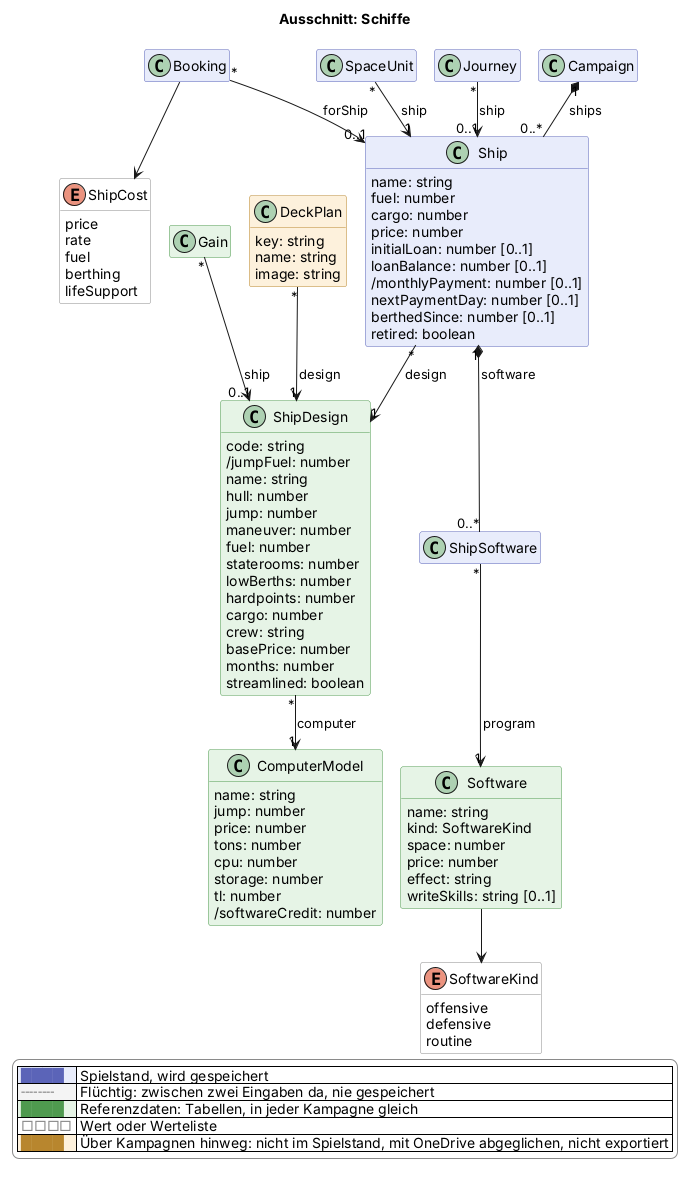
scuzzar/SRE keeps this PlantUML diagram as docs/views/schiffe.png. Above is the earlier version.
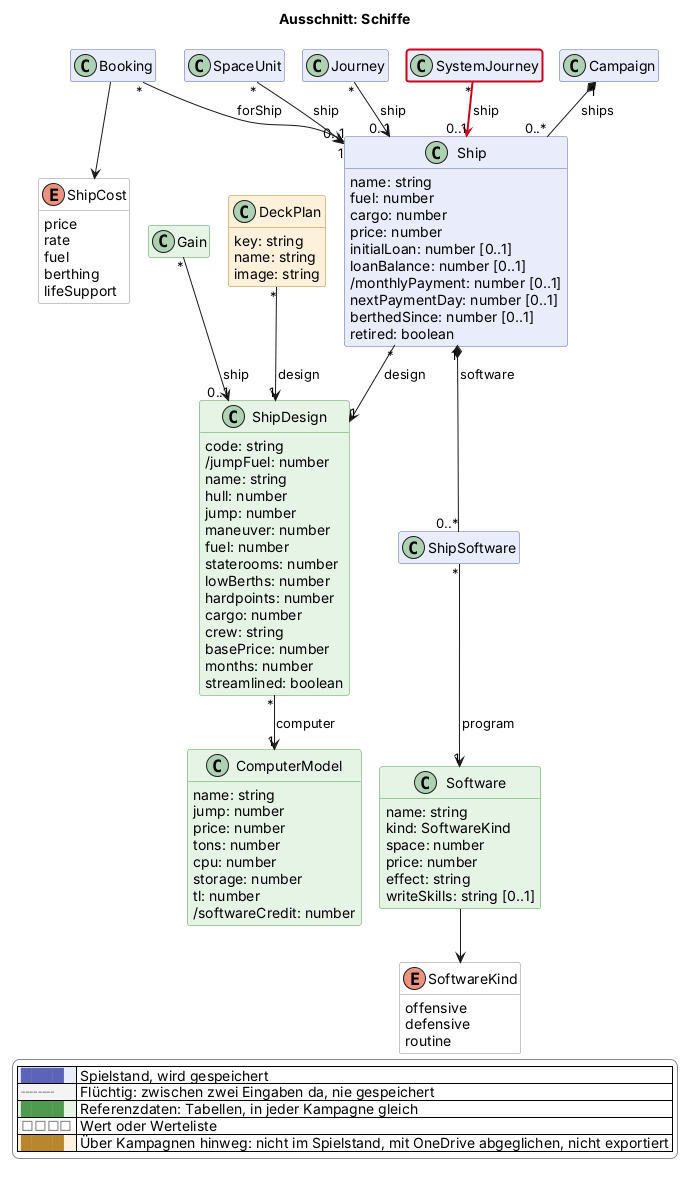
The same file after the commit.

Change to the diagram source:
```diff
@@ -146,6 +146,7 @@
 
 
   class Journey $reise
+  class SystemJourney $reise $newClass("2026-11-20d")
 
 
   class Gain <<reference>> $erschaffung
@@ -165,6 +166,7 @@
 
 Journey "*" --> "0..1" Ship : ship
 Booking --> ShipCost
+SystemJourney "*" -$newArrow("2026-11-20d")-> "0..1" Ship : ship
 
 
 
```
